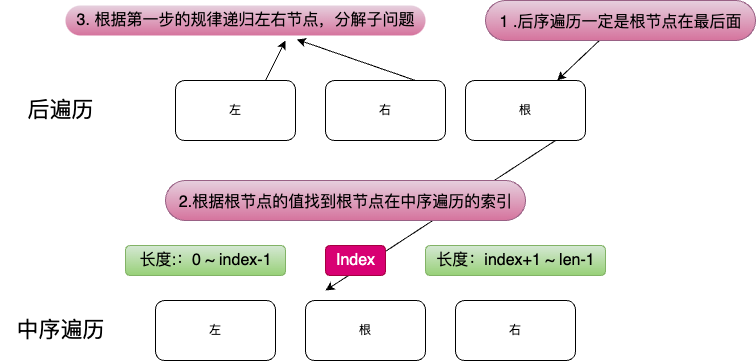
Above: pages/5-算法/二叉树/后序&中序.drawio.png in lxfljw/lxfljw.github.io (draw.io), before the change. Source tidied: cells renumbered, new cells last; positions are measured from the earlier drawing's top-left corner, leaving out a move shared by most shapes.
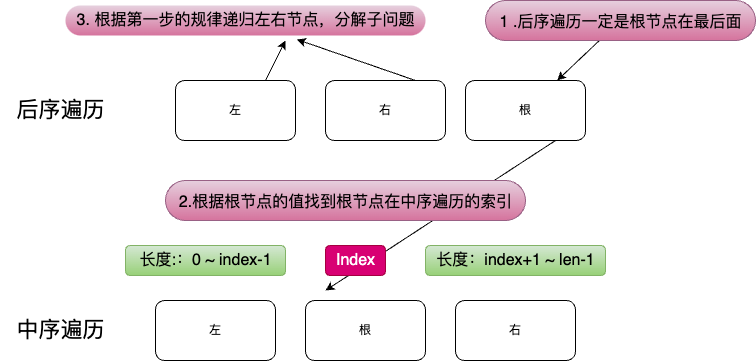
After the commit.

What changed in the source:
```diff
@@ -19,8 +19,8 @@
     <mxCell id="6" value="右" style="whiteSpace=wrap;html=1;rounded=1;" parent="1" vertex="1">
       <mxGeometry x="320" y="80" width="120" height="60" as="geometry" />
     </mxCell>
-    <mxCell id="7" value="&lt;font style=&quot;font-size: 22px;&quot;&gt;后遍历&lt;/font&gt;" style="text;html=1;align=center;verticalAlign=middle;strokeColor=none;fillColor=none;strokeWidth=10;rounded=1;" parent="1" vertex="1">
-      <mxGeometry x="10" y="90" width="90" height="40" as="geometry" />
+    <mxCell id="7" value="&lt;font style=&quot;font-size: 22px;&quot;&gt;后序遍历&lt;/font&gt;" style="text;html=1;align=center;verticalAlign=middle;strokeColor=none;fillColor=none;strokeWidth=10;rounded=1;" parent="1" vertex="1">
+      <mxGeometry y="90" width="110" height="40" as="geometry" />
     </mxCell>
     <mxCell id="8" value="左" style="whiteSpace=wrap;html=1;rounded=1;" parent="1" vertex="1">
       <mxGeometry x="150" y="300" width="120" height="60" as="geometry" />
```
